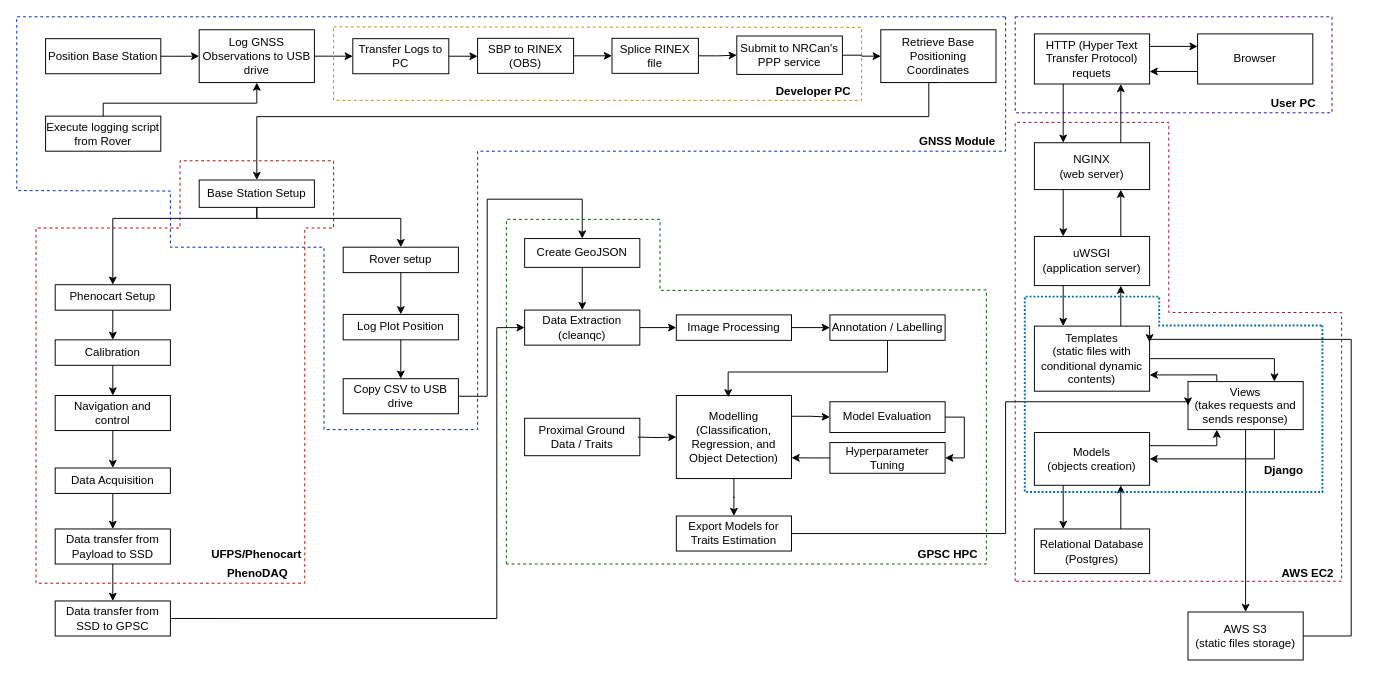
Above: Untitled Diagram.drawio in prabaharravichandran/Workflow (draw.io), before the change. Source tidied: cells renumbered, new cells numbered last; positions are measured from the earlier drawing's top-left corner, leaving out a move shared by most shapes. Both pictures are drawn from the tidied source at 96%, with x=0, y=0 at pixel (16, 16).
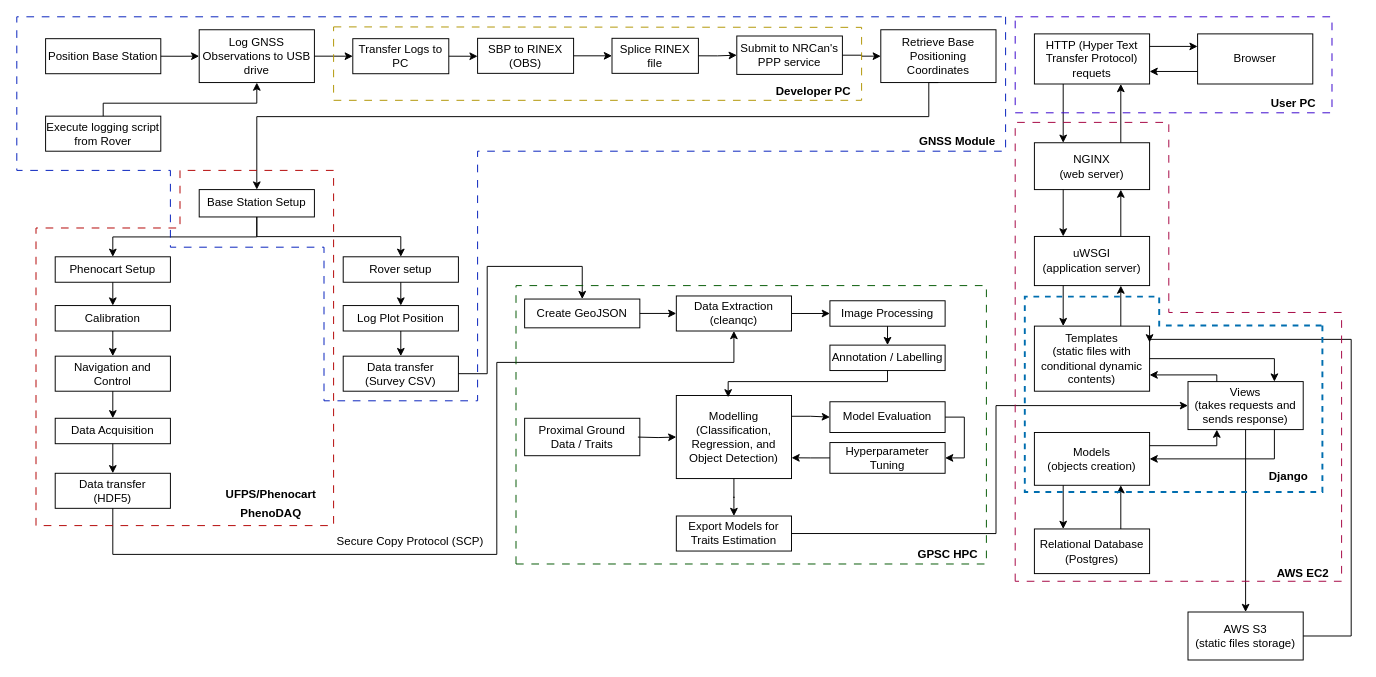
The same diagram, later.

Unchanged cells that the change refers to:
```xml
<mxCell id="46" value="Modelling (Classification, Regression, and Object Detection)" style="rounded=0;whiteSpace=wrap;html=1;fillColor=none;" parent="1" vertex="1">
  <mxGeometry x="687" y="394.5" width="120" height="86.5" as="geometry" />
</mxCell>
<mxCell id="52" value="Export Models for Traits Estimation" style="rounded=0;whiteSpace=wrap;html=1;fillColor=none;" parent="1" vertex="1">
  <mxGeometry x="687" y="520" width="120" height="36.5" as="geometry" />
</mxCell>
<mxCell id="68" value="Views &lt;br&gt;(takes requests and sends response)" style="rounded=0;whiteSpace=wrap;html=1;fillColor=none;" parent="1" vertex="1">
  <mxGeometry x="1220" y="380" width="120" height="50" as="geometry" />
</mxCell>
```

What changed in the source:
```diff
@@
     <mxCell id="16" style="edgeStyle=orthogonalEdgeStyle;rounded=0;jettySize=auto;html=1;exitX=0.5;exitY=1;exitDx=0;exitDy=0;entryX=0.5;entryY=0;entryDx=0;entryDy=0;" parent="1" edge="1" source="18" target="20">
-      <mxGeometry relative="1" as="geometry">
-        <Array as="points">
-          <mxPoint x="250" y="210" />
-          <mxPoint x="100" y="210" />
-        </Array>
-      </mxGeometry>
+      <mxGeometry relative="1" as="geometry" />
     </mxCell>
-    <mxCell id="17" style="edgeStyle=orthogonalEdgeStyle;rounded=0;jettySize=auto;html=1;exitX=0.5;exitY=1;exitDx=0;exitDy=0;entryX=0.5;entryY=0;entryDx=0;entryDy=0;" parent="1" edge="1" source="18" target="32">
+    <mxCell id="17" style="edgeStyle=orthogonalEdgeStyle;rounded=0;jettySize=auto;html=1;exitX=0.5;exitY=1;exitDx=0;exitDy=0;" parent="1" edge="1" source="18" target="32">
       <mxGeometry relative="1" as="geometry">
         <Array as="points">
-          <mxPoint x="250" y="210" />
-          <mxPoint x="400" y="210" />
+          <mxPoint x="250" y="229" />
+          <mxPoint x="400" y="229" />
         </Array>
       </mxGeometry>
     </mxCell>
     <mxCell id="18" value="Base Station Setup" style="rounded=0;whiteSpace=wrap;html=1;fillColor=none;" parent="1" vertex="1">
-      <mxGeometry x="190" y="170" width="120" height="28.5" as="geometry" />
+      <mxGeometry x="190" y="180" width="120" height="28.5" as="geometry" />
     </mxCell>
@@
     <mxCell id="20" value="Phenocart Setup" style="rounded=0;whiteSpace=wrap;html=1;fillColor=none;" parent="1" vertex="1">
-      <mxGeometry x="40" y="279.1" width="120" height="26.5" as="geometry" />
+      <mxGeometry x="40" y="250" width="120" height="26.5" as="geometry" />
     </mxCell>
@@
     <mxCell id="22" value="Calibration" style="rounded=0;whiteSpace=wrap;html=1;fillColor=none;" parent="1" vertex="1">
-      <mxGeometry x="40" y="336.5" width="120" height="26.5" as="geometry" />
+      <mxGeometry x="40" y="300.8" width="120" height="26.5" as="geometry" />
     </mxCell>
@@
-    <mxCell id="24" value="Navigation and control" style="rounded=0;whiteSpace=wrap;html=1;fillColor=none;" parent="1" vertex="1">
-      <mxGeometry x="40" y="394.5" width="120" height="36.5" as="geometry" />
+    <mxCell id="24" value="Navigation and Control" style="rounded=0;whiteSpace=wrap;html=1;fillColor=none;" parent="1" vertex="1">
+      <mxGeometry x="40" y="353.5" width="120" height="36.5" as="geometry" />
     </mxCell>
@@
     <mxCell id="26" value="Data Acquisition" style="rounded=0;whiteSpace=wrap;html=1;fillColor=none;" parent="1" vertex="1">
-      <mxGeometry x="40" y="470" width="120" height="26.5" as="geometry" />
+      <mxGeometry x="40" y="418.2" width="120" height="26.5" as="geometry" />
     </mxCell>
-    <mxCell id="27" style="edgeStyle=orthogonalEdgeStyle;rounded=0;jettySize=auto;html=1;exitX=0.5;exitY=1;exitDx=0;exitDy=0;entryX=0.5;entryY=0;entryDx=0;entryDy=0;" parent="1" edge="1" source="28" target="30">
-      <mxGeometry relative="1" as="geometry" />
-    </mxCell>
+    <mxCell id="98" style="edgeStyle=orthogonalEdgeStyle;rounded=0;jettySize=auto;html=1;exitX=0.5;exitY=1;exitDx=0;exitDy=0;entryX=0.5;entryY=1;entryDx=0;entryDy=0;" parent="1" edge="1" source="28" target="40">
+      <mxGeometry relative="1" as="geometry">
+        <Array as="points">
+          <mxPoint x="100" y="560" />
+          <mxPoint x="500" y="560" />
+          <mxPoint x="500" y="360" />
+          <mxPoint x="747" y="360" />
+        </Array>
+      </mxGeometry>
+    </mxCell>
-    <mxCell id="28" value="Data transfer from Payload to SSD" style="rounded=0;whiteSpace=wrap;html=1;fillColor=none;" parent="1" vertex="1">
-      <mxGeometry x="40" y="533.5" width="120" height="36.5" as="geometry" />
+    <mxCell id="28" value="Data transfer&lt;br&gt;(HDF5)" style="rounded=0;whiteSpace=wrap;html=1;fillColor=none;" parent="1" vertex="1">
+      <mxGeometry x="40" y="475.5" width="120" height="36.5" as="geometry" />
     </mxCell>
-    <mxCell id="29" style="edgeStyle=orthogonalEdgeStyle;rounded=0;jettySize=auto;html=1;exitX=1;exitY=0.5;exitDx=0;exitDy=0;entryX=0;entryY=0.5;entryDx=0;entryDy=0;" parent="1" edge="1" source="30" target="40">
-      <mxGeometry relative="1" as="geometry">
-        <Array as="points">
-          <mxPoint x="500" y="627" />
-          <mxPoint x="500" y="324" />
-        </Array>
-      </mxGeometry>
-    </mxCell>
-    <mxCell id="30" value="Data transfer from SSD to GPSC" style="rounded=0;whiteSpace=wrap;html=1;fillColor=none;" parent="1" vertex="1">
-      <mxGeometry x="40" y="608.5" width="120" height="36.5" as="geometry" />
-    </mxCell>
@@
     <mxCell id="32" value="Rover setup" style="rounded=0;whiteSpace=wrap;html=1;fillColor=none;" parent="1" vertex="1">
-      <mxGeometry x="340" y="240" width="120" height="26.5" as="geometry" />
+      <mxGeometry x="340" y="250" width="120" height="26.5" as="geometry" />
     </mxCell>
@@
     <mxCell id="34" value="Log Plot Position" style="rounded=0;whiteSpace=wrap;html=1;fillColor=none;" parent="1" vertex="1">
-      <mxGeometry x="340" y="310" width="120" height="26.5" as="geometry" />
+      <mxGeometry x="340" y="300.8" width="120" height="26.5" as="geometry" />
     </mxCell>
     <mxCell id="35" style="edgeStyle=orthogonalEdgeStyle;rounded=0;jettySize=auto;html=1;exitX=1;exitY=0.5;exitDx=0;exitDy=0;entryX=0.5;entryY=0;entryDx=0;entryDy=0;" parent="1" edge="1" source="36" target="38">
       <mxGeometry relative="1" as="geometry">
         <Array as="points">
-          <mxPoint x="490" y="395" />
-          <mxPoint x="490" y="190" />
-          <mxPoint x="589" y="190" />
+          <mxPoint x="490" y="372" />
+          <mxPoint x="490" y="260" />
+          <mxPoint x="589" y="260" />
         </Array>
       </mxGeometry>
     </mxCell>
-    <mxCell id="36" value="Copy CSV to USB drive" style="rounded=0;whiteSpace=wrap;html=1;fillColor=none;" parent="1" vertex="1">
-      <mxGeometry x="340" y="377" width="120" height="36.5" as="geometry" />
+    <mxCell id="36" value="Data transfer &lt;br&gt;(Survey CSV)" style="rounded=0;whiteSpace=wrap;html=1;fillColor=none;" parent="1" vertex="1">
+      <mxGeometry x="340" y="353.5" width="120" height="36.5" as="geometry" />
     </mxCell>
-    <mxCell id="37" style="edgeStyle=orthogonalEdgeStyle;rounded=0;jettySize=auto;html=1;exitX=0.5;exitY=1;exitDx=0;exitDy=0;entryX=0.5;entryY=0;entryDx=0;entryDy=0;" parent="1" edge="1" source="38" target="40">
+    <mxCell id="37" style="edgeStyle=orthogonalEdgeStyle;rounded=0;jettySize=auto;html=1;exitX=1;exitY=0.5;exitDx=0;exitDy=0;entryX=0;entryY=0.5;entryDx=0;entryDy=0;" parent="1" edge="1" source="38" target="40">
       <mxGeometry relative="1" as="geometry" />
     </mxCell>
     <mxCell id="38" value="Create GeoJSON" style="rounded=0;whiteSpace=wrap;html=1;fillColor=none;" parent="1" vertex="1">
-      <mxGeometry x="529" y="231" width="120" height="30" as="geometry" />
+      <mxGeometry x="529" y="294" width="120" height="30" as="geometry" />
     </mxCell>
@@
     <mxCell id="40" value="Data Extraction&lt;br&gt;(cleanqc)" style="rounded=0;whiteSpace=wrap;html=1;fillColor=none;" parent="1" vertex="1">
-      <mxGeometry x="529" y="305.5" width="120" height="36.5" as="geometry" />
+      <mxGeometry x="687" y="290.8" width="120" height="36.5" as="geometry" />
     </mxCell>
-    <mxCell id="41" style="edgeStyle=orthogonalEdgeStyle;rounded=0;jettySize=auto;html=1;exitX=1;exitY=0.5;exitDx=0;exitDy=0;entryX=0;entryY=0.5;entryDx=0;entryDy=0;" parent="1" edge="1" source="42" target="43">
+    <mxCell id="41" style="edgeStyle=orthogonalEdgeStyle;rounded=0;jettySize=auto;html=1;exitX=0.5;exitY=1;exitDx=0;exitDy=0;entryX=0.5;entryY=0;entryDx=0;entryDy=0;" parent="1" edge="1" source="42" target="43">
       <mxGeometry relative="1" as="geometry" />
     </mxCell>
     <mxCell id="42" value="Image Processing" style="rounded=0;whiteSpace=wrap;html=1;fillColor=none;" parent="1" vertex="1">
-      <mxGeometry x="687" y="310.5" width="120" height="26.5" as="geometry" />
+      <mxGeometry x="847" y="295.8" width="120" height="26.5" as="geometry" />
     </mxCell>
     <mxCell id="43" value="Annotation / Labelling" style="rounded=0;whiteSpace=wrap;html=1;fillColor=none;" parent="1" vertex="1">
-      <mxGeometry x="847" y="310.5" width="120" height="26.5" as="geometry" />
+      <mxGeometry x="847" y="342" width="120" height="26.5" as="geometry" />
     </mxCell>
@@
-    <mxCell id="51" style="edgeStyle=orthogonalEdgeStyle;rounded=0;jettySize=auto;html=1;entryX=0;entryY=0.5;entryDx=0;entryDy=0;" parent="1" edge="1" source="52" target="68">
+    <mxCell id="51" style="edgeStyle=orthogonalEdgeStyle;rounded=0;jettySize=auto;html=1;exitX=1;exitY=0.5;exitDx=0;exitDy=0;entryX=0;entryY=0.5;entryDx=0;entryDy=0;" parent="1" edge="1" source="52" target="68">
       <mxGeometry relative="1" as="geometry">
         <Array as="points">
-          <mxPoint x="1030" y="538" />
-          <mxPoint x="1030" y="401" />
+          <mxPoint x="1020" y="538" />
+          <mxPoint x="1020" y="405" />
         </Array>
       </mxGeometry>
     </mxCell>
@@
     <mxCell id="55" style="edgeStyle=orthogonalEdgeStyle;rounded=0;jettySize=auto;html=1;exitX=0.5;exitY=1;exitDx=0;exitDy=0;entryX=0.45;entryY=0.022;entryDx=0;entryDy=0;entryPerimeter=0;" parent="1" edge="1" source="43" target="46">
       <mxGeometry relative="1" as="geometry">
         <Array as="points">
-          <mxPoint x="907" y="370" />
-          <mxPoint x="741" y="370" />
+          <mxPoint x="907" y="380" />
+          <mxPoint x="741" y="380" />
         </Array>
       </mxGeometry>
     </mxCell>
@@
-    <mxCell id="78" style="endArrow=none;dashed=1;html=1;rounded=0;fillColor=#0050ef;strokeColor=#001DBC;" parent="1" edge="1">
+    <mxCell id="78" style="endArrow=none;dashed=1;html=1;rounded=0;fillColor=#0050ef;strokeColor=#001DBC;dashPattern=8 8;" parent="1" edge="1">
       <mxGeometry relative="1" as="geometry">
         <mxPoint x="1030" as="sourcePoint" />
         <mxPoint x="1030" as="targetPoint" />
         <Array as="points">
           <mxPoint x="1030" y="140" />
           <mxPoint x="480" y="140" />
-          <mxPoint x="480" y="430" />
-          <mxPoint x="320" y="430" />
+          <mxPoint x="480" y="400" />
+          <mxPoint x="320" y="400" />
           <mxPoint x="320" y="240" />
           <mxPoint x="160" y="240" />
-          <mxPoint x="160" y="181.5" />
-          <mxPoint y="181" />
+          <mxPoint x="160" y="160" />
+          <mxPoint y="160" />
           <mxPoint />
         </Array>
       </mxGeometry>
     </mxCell>
@@
-    <mxCell id="80" style="endArrow=none;dashed=1;html=1;rounded=0;fillColor=#e51400;strokeColor=#B20000;" parent="1" edge="1">
+    <mxCell id="80" style="endArrow=none;dashed=1;html=1;rounded=0;fillColor=#e51400;strokeColor=#B20000;dashPattern=8 8;" parent="1" edge="1">
       <mxGeometry relative="1" as="geometry">
-        <mxPoint x="20" y="590" as="sourcePoint" />
-        <mxPoint x="20" y="590" as="targetPoint" />
+        <mxPoint x="20" y="530" as="sourcePoint" />
+        <mxPoint x="20" y="530" as="targetPoint" />
         <Array as="points">
           <mxPoint x="20" y="220" />
           <mxPoint x="170" y="220" />
-          <mxPoint x="170" y="150" />
-          <mxPoint x="330" y="150" />
-          <mxPoint x="330" y="220" />
-          <mxPoint x="300" y="220" />
-          <mxPoint x="300" y="590" />
+          <mxPoint x="170" y="160" />
+          <mxPoint x="330" y="160" />
+          <mxPoint x="330" y="530" />
         </Array>
       </mxGeometry>
     </mxCell>
-    <mxCell id="81" style="endArrow=none;dashed=1;html=1;rounded=0;fillColor=#008a00;strokeColor=#005700;" parent="1" edge="1">
+    <mxCell id="81" style="endArrow=none;dashed=1;html=1;rounded=0;fillColor=#008a00;strokeColor=#005700;dashPattern=8 8;" parent="1" edge="1">
       <mxGeometry relative="1" as="geometry">
-        <mxPoint x="510" y="570" as="sourcePoint" />
-        <mxPoint x="510" y="570" as="targetPoint" />
+        <mxPoint x="520" y="570" as="sourcePoint" />
+        <mxPoint x="520" y="570" as="targetPoint" />
         <Array as="points">
-          <mxPoint x="510" y="211" />
-          <mxPoint x="670" y="211" />
-          <mxPoint x="670" y="285" />
-          <mxPoint x="1010" y="284.5" />
+          <mxPoint x="520" y="280" />
+          <mxPoint x="1010" y="280" />
           <mxPoint x="1010" y="570" />
         </Array>
       </mxGeometry>
     </mxCell>
-    <mxCell id="82" style="endArrow=none;dashed=1;html=1;rounded=0;fillColor=#d80073;strokeColor=#A50040;" parent="1" edge="1">
+    <mxCell id="82" style="endArrow=none;dashed=1;html=1;rounded=0;fillColor=#d80073;strokeColor=#A50040;dashPattern=8 8;strokeWidth=1;" parent="1" edge="1">
       <mxGeometry relative="1" as="geometry">
         <mxPoint x="1040" y="588" as="sourcePoint" />
         <mxPoint x="1040" y="588" as="targetPoint" />
         <Array as="points">
           <mxPoint x="1040" y="110" />
           <mxPoint x="1200" y="110" />
           <mxPoint x="1200" y="308" />
           <mxPoint x="1380" y="308" />
           <mxPoint x="1380" y="588" />
         </Array>
       </mxGeometry>
     </mxCell>
@@
     <mxCell id="84" value="&lt;b&gt;UFPS/Phenocart&lt;/b&gt;" style="text;html=1;strokeColor=none;fillColor=none;align=center;verticalAlign=middle;whiteSpace=wrap;rounded=0;" parent="1" vertex="1">
-      <mxGeometry x="205" y="550" width="90" height="20" as="geometry" />
+      <mxGeometry x="220" y="488" width="90" height="20" as="geometry" />
     </mxCell>
@@
     <mxCell id="86" value="&lt;b&gt;AWS EC2&lt;/b&gt;" style="text;html=1;strokeColor=none;fillColor=none;align=center;verticalAlign=middle;whiteSpace=wrap;rounded=0;" parent="1" vertex="1">
-      <mxGeometry x="1310" y="570" width="70" height="20" as="geometry" />
+      <mxGeometry x="1300" y="570" width="80" height="20" as="geometry" />
     </mxCell>
     <mxCell id="87" value="&lt;b&gt;PhenoDAQ&lt;/b&gt;" style="text;html=1;strokeColor=none;fillColor=none;align=center;verticalAlign=middle;whiteSpace=wrap;rounded=0;" parent="1" vertex="1">
-      <mxGeometry x="206" y="570" width="90" height="20" as="geometry" />
+      <mxGeometry x="210" y="508" width="110" height="20" as="geometry" />
     </mxCell>
-    <mxCell id="88" style="endArrow=none;dashed=1;html=1;strokeWidth=2;rounded=0;fillColor=#1ba1e2;strokeColor=#006EAF;dashPattern=1 1;" parent="1" edge="1">
+    <mxCell id="88" style="endArrow=none;html=1;strokeWidth=2;rounded=0;fillColor=#1ba1e2;strokeColor=#006EAF;dashed=1;" parent="1" edge="1">
       <mxGeometry relative="1" as="geometry">
         <mxPoint x="1360" y="321.5" as="sourcePoint" />
         <mxPoint x="1360" y="321.5" as="targetPoint" />
         <Array as="points">
           <mxPoint x="1360" y="495" />
           <mxPoint x="1050" y="495" />
           <mxPoint x="1050" y="291.5" />
           <mxPoint x="1190" y="291.5" />
           <mxPoint x="1190" y="321.5" />
         </Array>
       </mxGeometry>
     </mxCell>
     <mxCell id="89" value="&lt;b&gt;Django&lt;/b&gt;" style="text;html=1;strokeColor=none;fillColor=none;align=center;verticalAlign=middle;whiteSpace=wrap;rounded=0;" parent="1" vertex="1">
-      <mxGeometry x="1280" y="458" width="80" height="30" as="geometry" />
+      <mxGeometry x="1290" y="464" width="70" height="30" as="geometry" />
     </mxCell>
@@
-    <mxCell id="92" style="endArrow=none;dashed=1;html=1;strokeWidth=1;rounded=0;fillColor=#6a00ff;strokeColor=#3700CC;" parent="1" edge="1">
+    <mxCell id="92" style="endArrow=none;dashed=1;html=1;strokeWidth=1;rounded=0;fillColor=#6a00ff;strokeColor=#3700CC;dashPattern=8 8;" parent="1" edge="1">
       <mxGeometry relative="1" as="geometry">
         <mxPoint x="1040" as="sourcePoint" />
         <mxPoint x="1040" as="targetPoint" />
         <Array as="points">
           <mxPoint x="1370" />
           <mxPoint x="1370" y="100" />
           <mxPoint x="1040" y="100" />
         </Array>
       </mxGeometry>
     </mxCell>
@@
-    <mxCell id="96" style="endArrow=none;dashed=1;html=1;strokeWidth=1;rounded=0;fillColor=#e3c800;strokeColor=#B09500;" parent="1" edge="1">
+    <mxCell id="96" style="endArrow=none;dashed=1;html=1;strokeWidth=1;rounded=0;fillColor=#e3c800;strokeColor=#B09500;dashPattern=8 8;" parent="1" edge="1">
       <mxGeometry relative="1" as="geometry">
         <mxPoint x="330" y="10.5" as="sourcePoint" />
         <mxPoint x="330" y="10.5" as="targetPoint" />
         <Array as="points">
           <mxPoint x="880" y="11" />
           <mxPoint x="880" y="87" />
           <mxPoint x="330" y="87" />
         </Array>
       </mxGeometry>
     </mxCell>
@@
+    <mxCell id="99" value="Secure Copy Protocol (SCP)" style="text;html=1;strokeColor=none;fillColor=none;align=center;verticalAlign=middle;whiteSpace=wrap;rounded=0;" parent="1" vertex="1">
+      <mxGeometry x="320" y="536.5" width="180" height="20" as="geometry" />
+    </mxCell>
```
